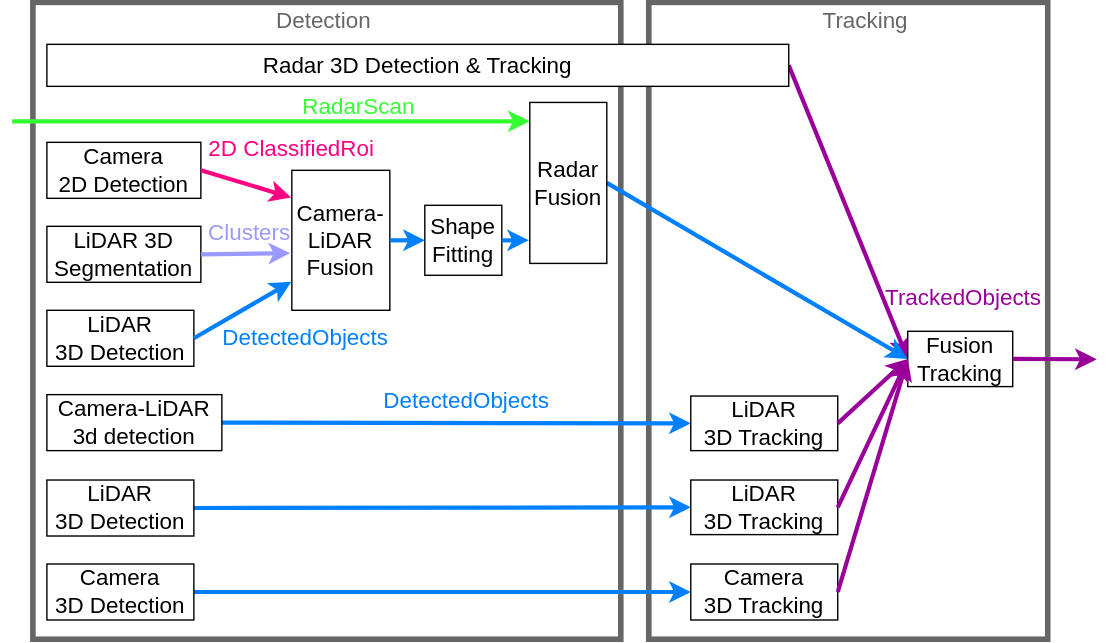
Before: perception/figure/perception_pipeline.drawio.svg, a diagram exported from draw.io (scepter914/autoware-architecture-proposal). Source tidied: cells renumbered, new cells last; positions are measured from the earlier drawing's top-left corner, leaving out a move shared by most shapes.
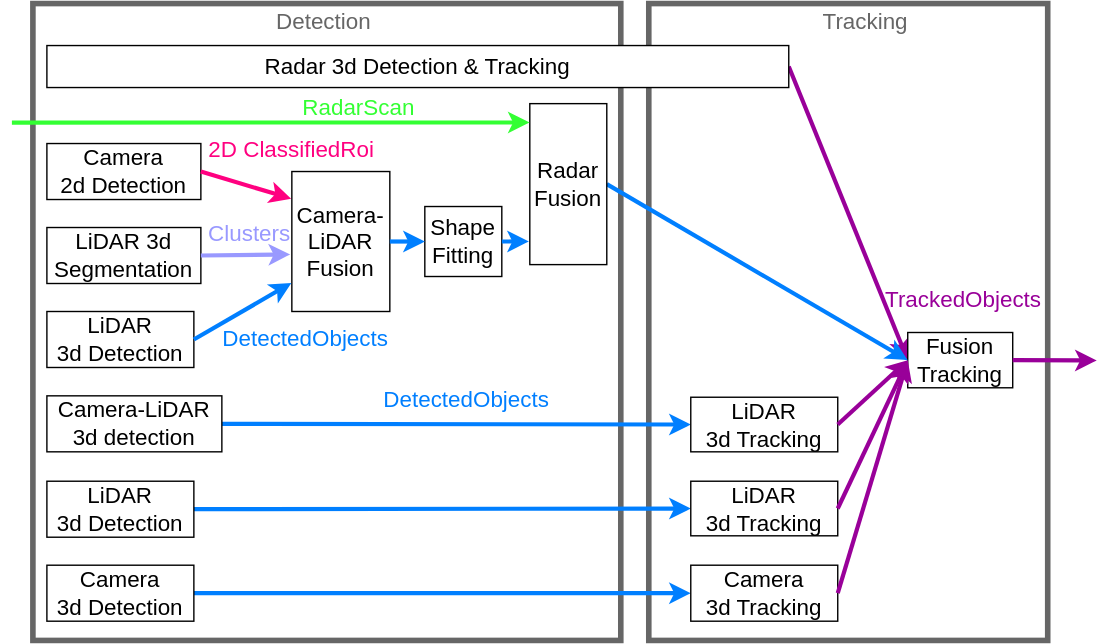
The same diagram one commit later.

What changed in the source:
```diff
@@ -20,13 +20,13 @@
     <mxCell id="7" style="endArrow=classic;html=1;exitX=1;exitY=0.5;exitDx=0;exitDy=0;strokeWidth=3;strokeColor=#007FFF;entryX=0;entryY=0.5;entryDx=0;entryDy=0;" parent="1" edge="1" source="19" target="21">
       <mxGeometry relative="1" as="geometry" />
     </mxCell>
-    <mxCell id="8" value="&lt;font style=&quot;font-size: 16px&quot;&gt;Camera&lt;br&gt;2D Detection&lt;br&gt;&lt;/font&gt;" style="rounded=0;whiteSpace=wrap;html=1;" parent="1" vertex="1">
+    <mxCell id="8" value="&lt;font style=&quot;font-size: 16px&quot;&gt;Camera&lt;br&gt;2d Detection&lt;br&gt;&lt;/font&gt;" style="rounded=0;whiteSpace=wrap;html=1;" parent="1" vertex="1">
       <mxGeometry x="25" y="100" width="110" height="40" as="geometry" />
     </mxCell>
-    <mxCell id="9" value="&lt;font style=&quot;font-size: 16px&quot;&gt;LiDAR 3D Segmentation&lt;br&gt;&lt;/font&gt;" style="rounded=0;whiteSpace=wrap;html=1;" parent="1" vertex="1">
+    <mxCell id="9" value="&lt;font style=&quot;font-size: 16px&quot;&gt;LiDAR 3d Segmentation&lt;br&gt;&lt;/font&gt;" style="rounded=0;whiteSpace=wrap;html=1;" parent="1" vertex="1">
       <mxGeometry x="25" y="160" width="110" height="40" as="geometry" />
     </mxCell>
-    <mxCell id="10" value="&lt;div&gt;&lt;span style=&quot;font-size: 16px&quot;&gt;Radar 3D Detection &amp;amp; Tracking&lt;/span&gt;&lt;/div&gt;" style="rounded=0;whiteSpace=wrap;html=1;align=center;" parent="1" vertex="1">
+    <mxCell id="10" value="&lt;div&gt;&lt;span style=&quot;font-size: 16px&quot;&gt;Radar 3d Detection &amp;amp; Tracking&lt;/span&gt;&lt;/div&gt;" style="rounded=0;whiteSpace=wrap;html=1;align=center;" parent="1" vertex="1">
       <mxGeometry x="25" y="30" width="530" height="30" as="geometry" />
     </mxCell>
     <mxCell id="11" style="endArrow=classic;html=1;strokeWidth=3;fillColor=#60a917;strokeColor=#FF0080;exitX=1;exitY=0.5;exitDx=0;exitDy=0;entryX=-0.007;entryY=0.194;entryDx=0;entryDy=0;entryPerimeter=0;" parent="1" edge="1" source="8" target="14">
@@ -47,19 +47,19 @@
     <mxCell id="16" value="&lt;font style=&quot;font-size: 16px&quot;&gt;&lt;font color=&quot;#9999ff&quot;&gt;Clusters&lt;/font&gt;&lt;br&gt;&lt;/font&gt;" style="text;html=1;strokeColor=none;fillColor=none;align=center;verticalAlign=middle;whiteSpace=wrap;rounded=0;fontSize=15;" parent="1" vertex="1">
       <mxGeometry x="135" y="155" width="70" height="18" as="geometry" />
     </mxCell>
-    <mxCell id="17" value="&lt;font style=&quot;font-size: 16px&quot;&gt;LiDAR&lt;br&gt;3D Detection&lt;br&gt;&lt;/font&gt;" style="rounded=0;whiteSpace=wrap;html=1;" parent="1" vertex="1">
+    <mxCell id="17" value="&lt;font style=&quot;font-size: 16px&quot;&gt;LiDAR&lt;br&gt;3d Detection&lt;br&gt;&lt;/font&gt;" style="rounded=0;whiteSpace=wrap;html=1;" parent="1" vertex="1">
       <mxGeometry x="25" y="341.2" width="105" height="40" as="geometry" />
     </mxCell>
-    <mxCell id="18" value="&lt;font style=&quot;font-size: 16px&quot;&gt;LiDAR&lt;br&gt;3D Tracking&lt;br&gt;&lt;/font&gt;" style="rounded=0;whiteSpace=wrap;html=1;" parent="1" vertex="1">
+    <mxCell id="18" value="&lt;font style=&quot;font-size: 16px&quot;&gt;LiDAR&lt;br&gt;3d Tracking&lt;br&gt;&lt;/font&gt;" style="rounded=0;whiteSpace=wrap;html=1;" parent="1" vertex="1">
       <mxGeometry x="485" y="281.2" width="105" height="39" as="geometry" />
     </mxCell>
-    <mxCell id="19" value="&lt;font style=&quot;font-size: 16px&quot;&gt;Camera&lt;br&gt;3D Detection&lt;br&gt;&lt;/font&gt;" style="rounded=0;whiteSpace=wrap;html=1;" parent="1" vertex="1">
+    <mxCell id="19" value="&lt;font style=&quot;font-size: 16px&quot;&gt;Camera&lt;br&gt;3d Detection&lt;br&gt;&lt;/font&gt;" style="rounded=0;whiteSpace=wrap;html=1;" parent="1" vertex="1">
       <mxGeometry x="25" y="401.2" width="105" height="40" as="geometry" />
     </mxCell>
-    <mxCell id="20" value="&lt;font style=&quot;font-size: 16px&quot;&gt;LiDAR&lt;br&gt;3D Tracking&lt;br&gt;&lt;/font&gt;" style="rounded=0;whiteSpace=wrap;html=1;" parent="1" vertex="1">
+    <mxCell id="20" value="&lt;font style=&quot;font-size: 16px&quot;&gt;LiDAR&lt;br&gt;3d Tracking&lt;br&gt;&lt;/font&gt;" style="rounded=0;whiteSpace=wrap;html=1;" parent="1" vertex="1">
       <mxGeometry x="485" y="341.2" width="105" height="39" as="geometry" />
     </mxCell>
-    <mxCell id="21" value="&lt;font style=&quot;font-size: 16px&quot;&gt;Camera&lt;br&gt;3D Tracking&lt;br&gt;&lt;/font&gt;" style="rounded=0;whiteSpace=wrap;html=1;" parent="1" vertex="1">
+    <mxCell id="21" value="&lt;font style=&quot;font-size: 16px&quot;&gt;Camera&lt;br&gt;3d Tracking&lt;br&gt;&lt;/font&gt;" style="rounded=0;whiteSpace=wrap;html=1;" parent="1" vertex="1">
       <mxGeometry x="485" y="401.2" width="105" height="40" as="geometry" />
     </mxCell>
     <mxCell id="22" value="&lt;font style=&quot;font-size: 16px&quot;&gt;Fusion&lt;br&gt;Tracking&lt;br&gt;&lt;/font&gt;" style="rounded=0;whiteSpace=wrap;html=1;" parent="1" vertex="1">
@@ -113,7 +113,7 @@
     <mxCell id="36" value="&lt;font style=&quot;font-size: 16px&quot;&gt;Camera-LiDAR&amp;nbsp;&lt;br&gt;3d detection&lt;br&gt;&lt;/font&gt;" style="rounded=0;whiteSpace=wrap;html=1;" parent="1" vertex="1">
       <mxGeometry x="25" y="280.2" width="125" height="40" as="geometry" />
     </mxCell>
-    <mxCell id="37" value="&lt;font style=&quot;font-size: 16px&quot;&gt;LiDAR&lt;br&gt;3D Detection&lt;br&gt;&lt;/font&gt;" style="rounded=0;whiteSpace=wrap;html=1;" parent="1" vertex="1">
+    <mxCell id="37" value="&lt;font style=&quot;font-size: 16px&quot;&gt;LiDAR&lt;br&gt;3d Detection&lt;br&gt;&lt;/font&gt;" style="rounded=0;whiteSpace=wrap;html=1;" parent="1" vertex="1">
       <mxGeometry x="25" y="220" width="105" height="40" as="geometry" />
     </mxCell>
     <mxCell id="38" style="endArrow=classic;html=1;exitX=1;exitY=0.5;exitDx=0;exitDy=0;strokeWidth=3;strokeColor=#007FFF;entryX=0;entryY=0.5;entryDx=0;entryDy=0;" parent="1" edge="1" source="14" target="15">
```
